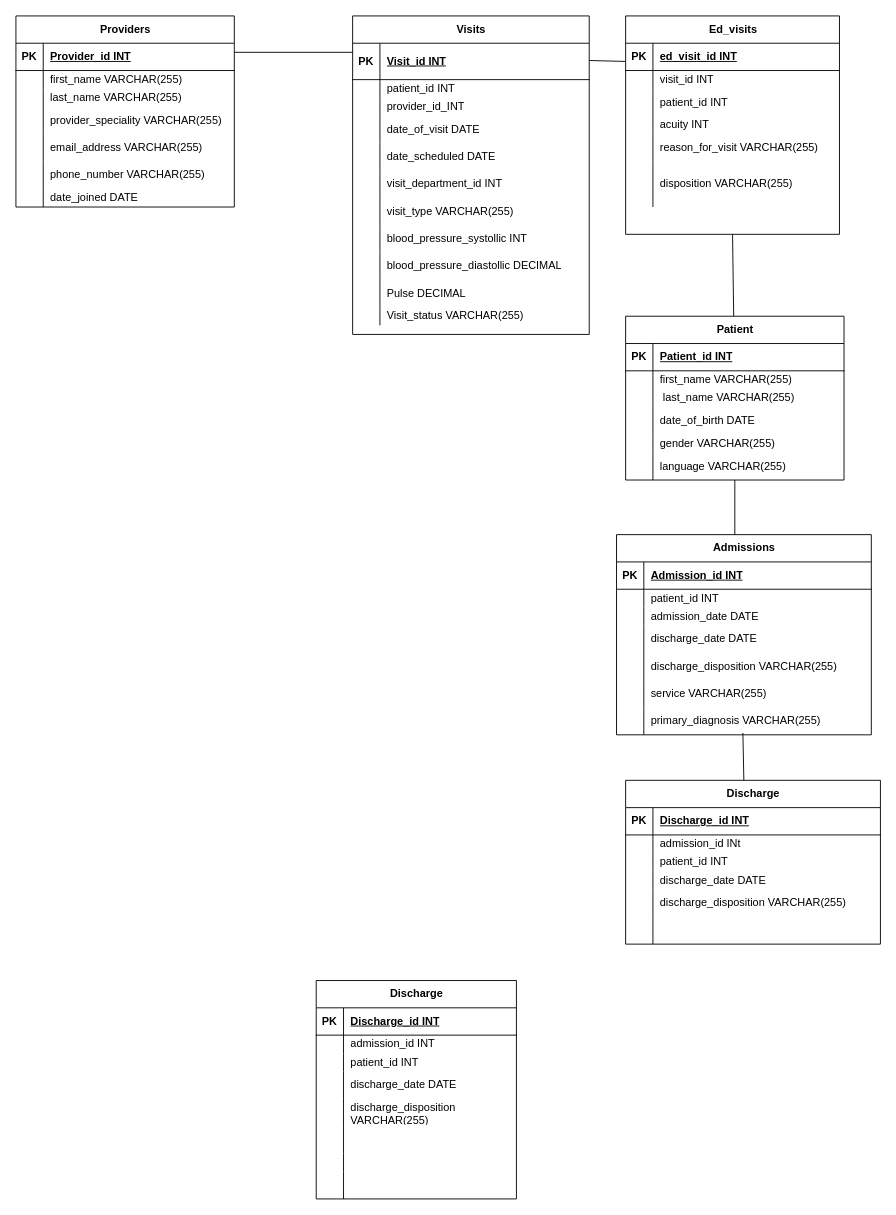
The draw.io diagram page "Page-1" (1 of 2) of telemedicine.drawio in BigBaby23/BigBaby23, before the edit. Source tidied: cells renumbered, new cells numbered last; positions are measured from the earlier drawing's top-left corner, leaving out a move shared by most shapes. Both pictures are drawn from the tidied source at 91%, with x=0, y=0 at pixel (15, 15).
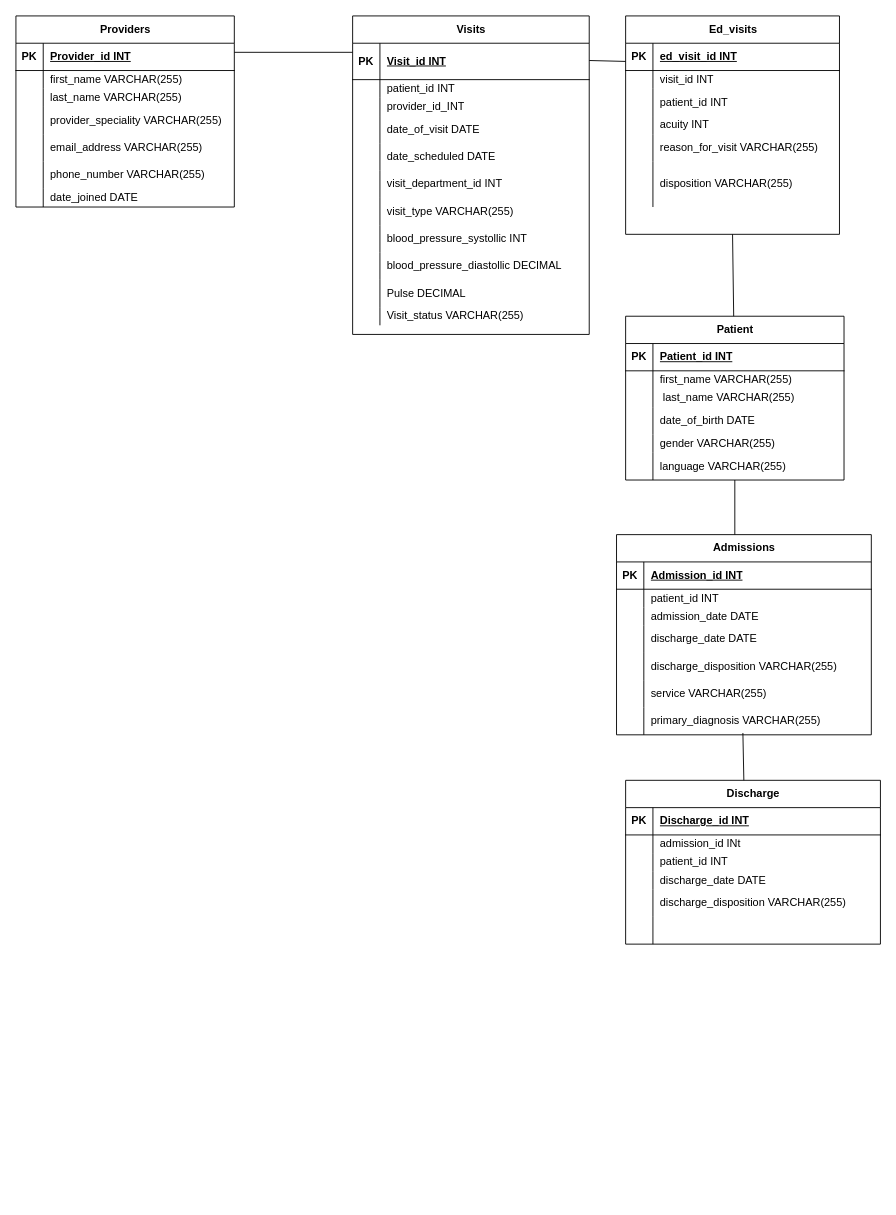
Above is the later version.

Diff of the diagram source:
```diff
@@
-    <mxCell id="103" value="Discharge" style="shape=table;startSize=30;childLayout=tableLayout;rowLines=0;fontStyle=1;align=center;html=1;" parent="1" vertex="1">
-      <mxGeometry x="330" y="1060" width="220" height="240" as="geometry" />
-    </mxCell>
-    <mxCell id="104" style="shape=tableRow;horizontal=0;startSize=0;swimlaneHead=0;swimlaneBody=0;fillColor=none;top=0;left=0;right=0;bottom=1;" parent="103" vertex="1">
-      <mxGeometry y="30" width="220" height="30" as="geometry" />
-    </mxCell>
-    <mxCell id="105" value="PK" style="shape=partialRectangle;fillColor=none;top=0;left=0;bottom=0;right=0;fontStyle=1;overflow=hidden;whiteSpace=wrap;html=1;" parent="104" vertex="1">
-      <mxGeometry width="30" height="30" as="geometry" />
-    </mxCell>
-    <mxCell id="106" value="Discharge_id INT" style="shape=partialRectangle;fillColor=none;top=0;left=0;bottom=0;right=0;align=left;spacingLeft=6;fontStyle=5;overflow=hidden;whiteSpace=wrap;html=1;" parent="104" vertex="1">
-      <mxGeometry x="30" width="190" height="30" as="geometry" />
-    </mxCell>
-    <mxCell id="107" style="shape=tableRow;horizontal=0;startSize=0;swimlaneHead=0;swimlaneBody=0;fillColor=none;top=0;left=0;right=0;bottom=0;" parent="103" vertex="1">
-      <mxGeometry y="60" width="220" height="20" as="geometry" />
-    </mxCell>
-    <mxCell id="108" style="shape=partialRectangle;fillColor=none;top=0;left=0;bottom=0;right=0;overflow=hidden;whiteSpace=wrap;html=1;" parent="107" vertex="1">
-      <mxGeometry width="30" height="20" as="geometry" />
-    </mxCell>
-    <mxCell id="109" value="admission_id INT" style="shape=partialRectangle;fillColor=none;top=0;left=0;bottom=0;right=0;align=left;spacingLeft=6;overflow=hidden;whiteSpace=wrap;html=1;" parent="107" vertex="1">
-      <mxGeometry x="30" width="190" height="20" as="geometry" />
-    </mxCell>
-    <mxCell id="110" style="shape=tableRow;horizontal=0;startSize=0;swimlaneHead=0;swimlaneBody=0;fillColor=none;top=0;left=0;right=0;bottom=0;" parent="103" vertex="1">
-      <mxGeometry y="80" width="220" height="20" as="geometry" />
-    </mxCell>
-    <mxCell id="111" style="shape=partialRectangle;fillColor=none;top=0;left=0;bottom=0;right=0;overflow=hidden;whiteSpace=wrap;html=1;" parent="110" vertex="1">
-      <mxGeometry width="30" height="20" as="geometry" />
-    </mxCell>
-    <mxCell id="112" value="patient_id INT" style="shape=partialRectangle;fillColor=none;top=0;left=0;bottom=0;right=0;align=left;spacingLeft=6;overflow=hidden;whiteSpace=wrap;html=1;" parent="110" vertex="1">
-      <mxGeometry x="30" width="190" height="20" as="geometry" />
-    </mxCell>
-    <mxCell id="113" style="shape=tableRow;horizontal=0;startSize=0;swimlaneHead=0;swimlaneBody=0;fillColor=none;top=0;left=0;right=0;bottom=0;" parent="103" vertex="1">
-      <mxGeometry y="100" width="220" height="30" as="geometry" />
-    </mxCell>
-    <mxCell id="114" style="shape=partialRectangle;fillColor=none;top=0;left=0;bottom=0;right=0;overflow=hidden;whiteSpace=wrap;html=1;" parent="113" vertex="1">
-      <mxGeometry width="30" height="30" as="geometry" />
-    </mxCell>
-    <mxCell id="115" value="discharge_date DATE" style="shape=partialRectangle;fillColor=none;top=0;left=0;bottom=0;right=0;align=left;spacingLeft=6;overflow=hidden;whiteSpace=wrap;html=1;" parent="113" vertex="1">
-      <mxGeometry x="30" width="190" height="30" as="geometry" />
-    </mxCell>
-    <mxCell id="116" style="shape=tableRow;horizontal=0;startSize=0;swimlaneHead=0;swimlaneBody=0;fillColor=none;top=0;left=0;right=0;bottom=0;" parent="103" vertex="1">
-      <mxGeometry y="130" width="220" height="30" as="geometry" />
-    </mxCell>
-    <mxCell id="117" style="shape=partialRectangle;fillColor=none;top=0;left=0;bottom=0;right=0;overflow=hidden;whiteSpace=wrap;html=1;" parent="116" vertex="1">
-      <mxGeometry width="30" height="30" as="geometry" />
-    </mxCell>
-    <mxCell id="118" value="discharge_disposition VARCHAR(255)" style="shape=partialRectangle;fillColor=none;top=0;left=0;bottom=0;right=0;align=left;spacingLeft=6;overflow=hidden;whiteSpace=wrap;html=1;" parent="116" vertex="1">
-      <mxGeometry x="30" width="190" height="30" as="geometry" />
-    </mxCell>
-    <mxCell id="119" style="shape=tableRow;horizontal=0;startSize=0;swimlaneHead=0;swimlaneBody=0;fillColor=none;top=0;left=0;right=0;bottom=0;" parent="103" vertex="1">
-      <mxGeometry y="160" width="220" height="30" as="geometry" />
-    </mxCell>
-    <mxCell id="120" style="shape=partialRectangle;fillColor=none;top=0;left=0;bottom=0;right=0;overflow=hidden;whiteSpace=wrap;html=1;" parent="119" vertex="1">
-      <mxGeometry width="30" height="30" as="geometry" />
-    </mxCell>
-    <mxCell id="121" style="shape=partialRectangle;fillColor=none;top=0;left=0;bottom=0;right=0;align=left;spacingLeft=6;overflow=hidden;whiteSpace=wrap;html=1;" parent="119" vertex="1">
-      <mxGeometry x="30" width="190" height="30" as="geometry" />
-    </mxCell>
-    <mxCell id="122" style="shape=tableRow;horizontal=0;startSize=0;swimlaneHead=0;swimlaneBody=0;fillColor=none;top=0;left=0;right=0;bottom=0;" parent="103" vertex="1">
-      <mxGeometry y="190" width="220" height="20" as="geometry" />
-    </mxCell>
-    <mxCell id="123" style="shape=partialRectangle;fillColor=none;top=0;left=0;bottom=0;right=0;overflow=hidden;whiteSpace=wrap;html=1;" parent="122" vertex="1">
-      <mxGeometry width="30" height="20" as="geometry" />
-    </mxCell>
-    <mxCell id="124" style="shape=partialRectangle;fillColor=none;top=0;left=0;bottom=0;right=0;align=left;spacingLeft=6;overflow=hidden;whiteSpace=wrap;html=1;" parent="122" vertex="1">
-      <mxGeometry x="30" width="190" height="20" as="geometry" />
-    </mxCell>
-    <mxCell id="125" style="shape=tableRow;horizontal=0;startSize=0;swimlaneHead=0;swimlaneBody=0;fillColor=none;top=0;left=0;right=0;bottom=0;" parent="103" vertex="1">
-      <mxGeometry y="210" width="220" height="30" as="geometry" />
-    </mxCell>
-    <mxCell id="126" style="shape=partialRectangle;fillColor=none;top=0;left=0;bottom=0;right=0;overflow=hidden;whiteSpace=wrap;html=1;" parent="125" vertex="1">
-      <mxGeometry width="30" height="30" as="geometry" />
-    </mxCell>
-    <mxCell id="127" style="shape=partialRectangle;fillColor=none;top=0;left=0;bottom=0;right=0;align=left;spacingLeft=6;overflow=hidden;whiteSpace=wrap;html=1;" parent="125" vertex="1">
-      <mxGeometry x="30" width="190" height="30" as="geometry" />
-    </mxCell>
```
